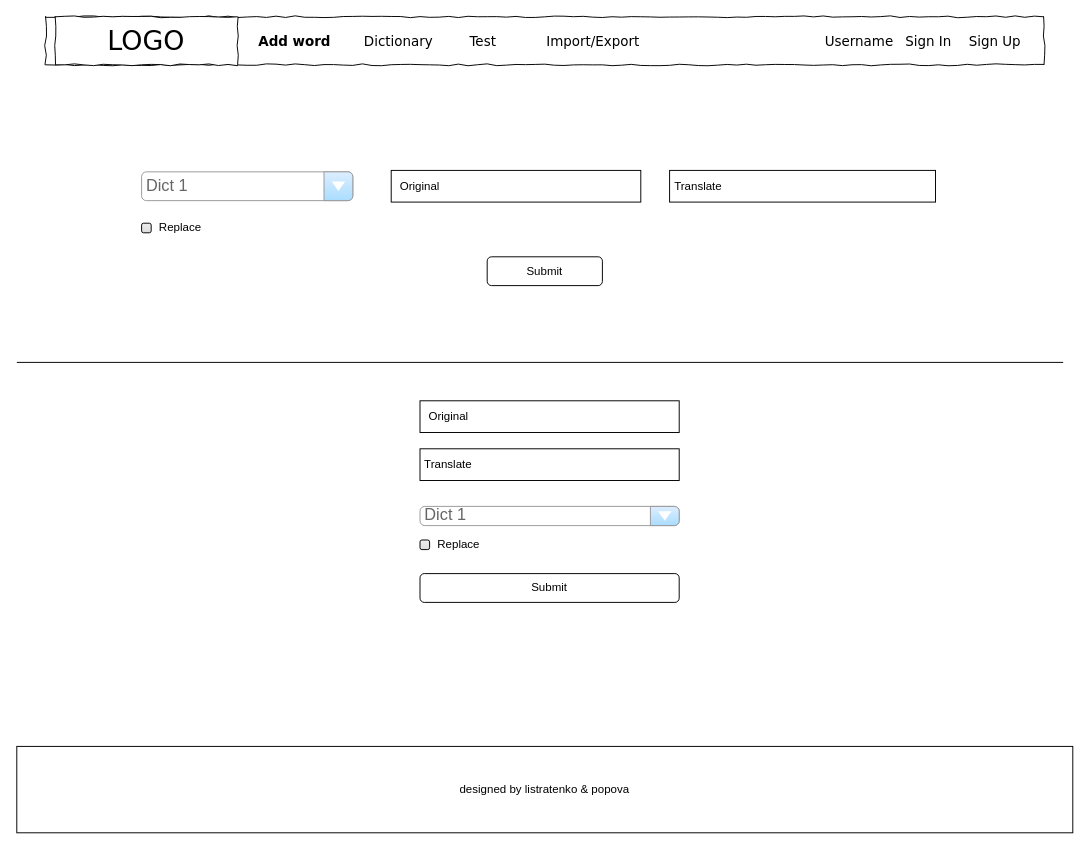
This is page "add word interface" (1 of 6) of schemes/scheme.drawio from vikk777/Smart-Dictionary, a draw.io file, before an edit. Source tidied: cells renumbered, new cells numbered last; positions are measured from the earlier drawing's top-left corner, leaving out a move shared by most shapes. Both pictures are drawn from the tidied source at 96%, with x=0, y=0 at pixel (16, 16).
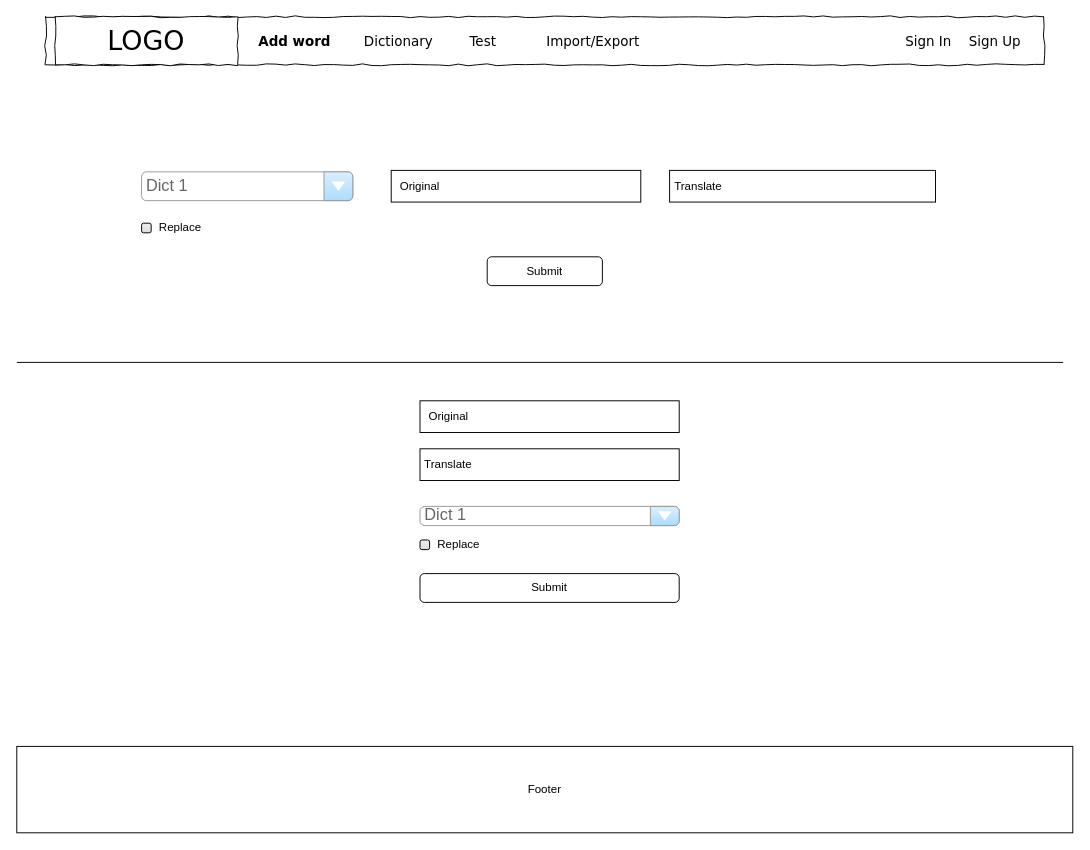
After the change.

Unchanged cells that the change refers to:
```xml
<mxCell id="6" style="group;" parent="1" vertex="1">
  <mxGeometry x="30" width="1040" height="50" as="geometry" />
</mxCell>
```

What changed in the source:
```diff
@@
-    <mxCell id="13" value="Username" style="text;html=1;align=left;verticalAlign=top;spacingTop=-4;fontSize=14;fontFamily=Verdana;" parent="6" vertex="1">
-      <mxGeometry x="810" y="15" width="60" height="20" as="geometry" />
-    </mxCell>
@@
-    <mxCell id="19" value="designed by listratenko &amp;amp; popova" style="rounded=0;whiteSpace=wrap;html=1;" parent="1" vertex="1">
+    <mxCell id="19" value="Footer" style="rounded=0;whiteSpace=wrap;html=1;" parent="1" vertex="1">
       <mxGeometry y="760" width="1100" height="90" as="geometry" />
     </mxCell>
```
